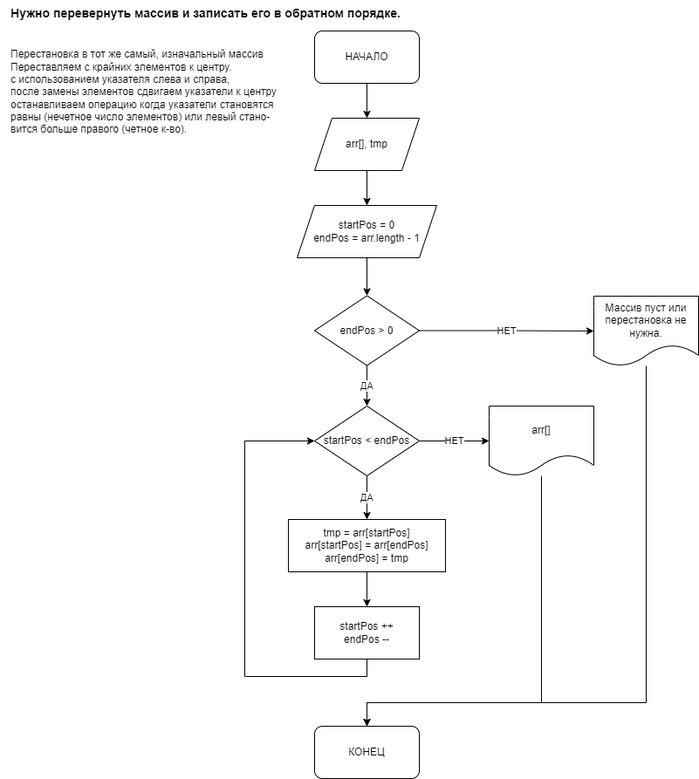
jokerjam-s/GeekBrainst keeps this draw.io diagram as Algorytm/Lesson_02/Task_02/Z2.task2.drawio.png. Above is the earlier version. Source tidied: cells renumbered, new cells last; positions are measured from the earlier drawing's top-left corner, leaving out a move shared by most shapes.
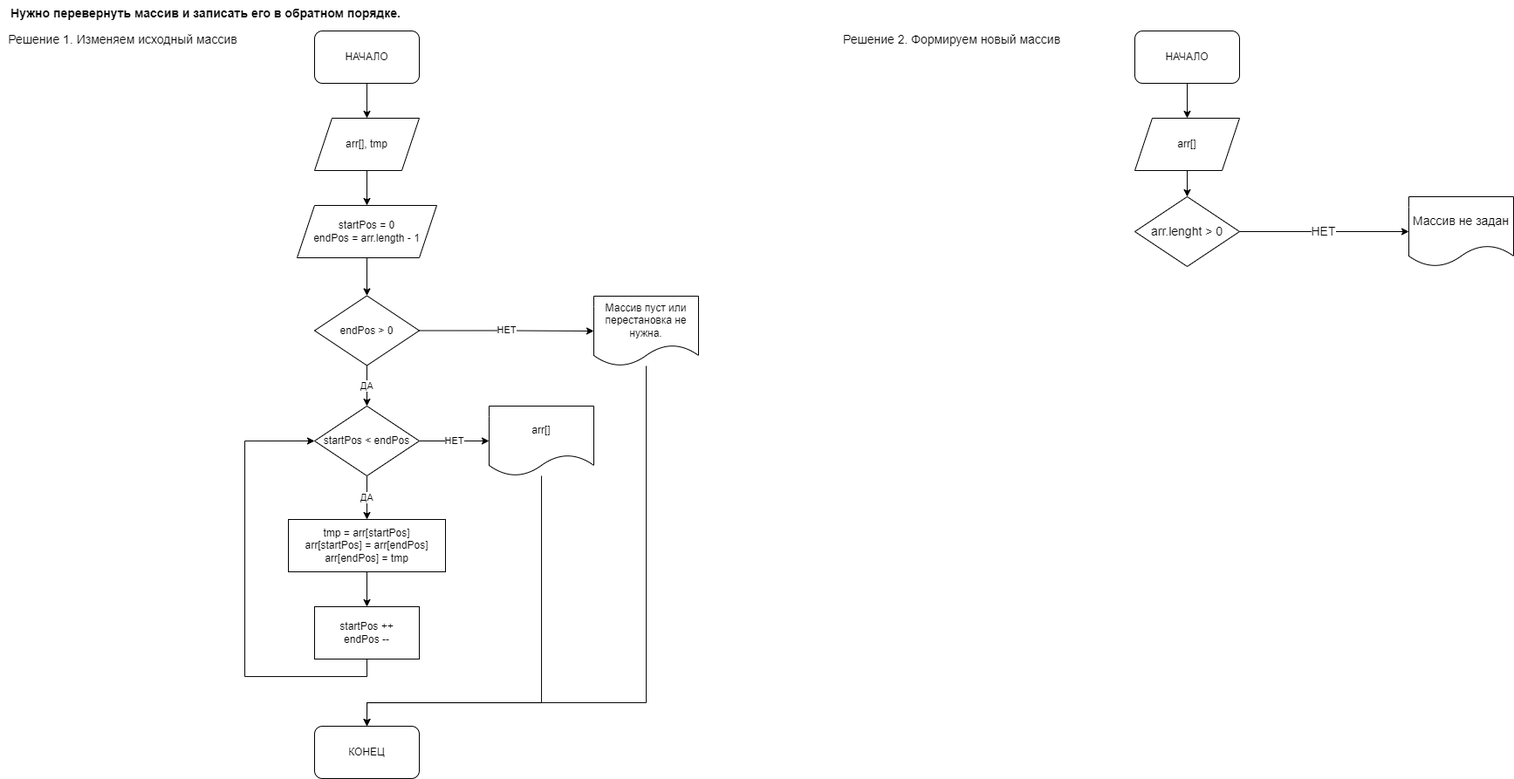
Later version of the same file.

The edit, as a diff of the source:
```diff
@@ -81,11 +81,35 @@
     <mxCell id="22" value="КОНЕЦ" style="rounded=1;whiteSpace=wrap;html=1;" parent="1" vertex="1">
       <mxGeometry x="360" y="832" width="120" height="60" as="geometry" />
     </mxCell>
-    <mxCell id="23" value="Перестановка в тот же самый, изначальный массив&lt;br&gt;Переставляем с крайних элементов к центру.&lt;br&gt;с использованием указателя слева и справа,&lt;br&gt;после замены элементов сдвигаем указатели к центру&lt;br&gt;останавливаем операцию когда указатели становятся&amp;nbsp;&lt;br&gt;равны (нечетное число элементов) или левый стано-&lt;br&gt;вится больше правого (четное к-во)." style="text;html=1;align=left;verticalAlign=middle;fillColor=none;strokeColor=none;rounded=0;" parent="1" vertex="1">
-      <mxGeometry x="10" y="55" width="320" height="100" as="geometry" />
-    </mxCell>
     <mxCell id="24" value="&lt;span style=&quot;background-color: rgb(255, 255, 255); font-size: 14px;&quot;&gt;Нужно перевернуть массив и записать его в обратном порядке.&lt;/span&gt;" style="text;html=1;align=center;verticalAlign=middle;strokeColor=none;fillColor=none;sketch=0;fontStyle=1;spacing=4;fontSize=14;" parent="1" vertex="1">
       <mxGeometry width="470" height="30" as="geometry" />
     </mxCell>
+    <mxCell id="25" value="Решение 1. Изменяем исходный массив" style="text;html=1;align=center;verticalAlign=middle;fillColor=none;strokeColor=none;rounded=0;labelBackgroundColor=#FFFFFF;sketch=0;fontSize=14;fontColor=#000000;" parent="1" vertex="1">
+      <mxGeometry y="35" width="280" height="20" as="geometry" />
+    </mxCell>
+    <mxCell id="26" value="Решение 2. Формируем&amp;nbsp;новый массив" style="text;html=1;align=center;verticalAlign=middle;fillColor=none;strokeColor=none;rounded=0;labelBackgroundColor=#FFFFFF;sketch=0;fontSize=14;fontColor=#000000;" parent="1" vertex="1">
+      <mxGeometry x="960" y="35" width="260" height="20" as="geometry" />
+    </mxCell>
+    <mxCell id="27" style="edgeStyle=orthogonalEdgeStyle;rounded=0;jettySize=auto;html=1;exitX=0.5;exitY=1;exitDx=0;exitDy=0;fontSize=14;fontColor=#000000;" parent="1" edge="1" source="28" target="30">
+      <mxGeometry relative="1" as="geometry" />
+    </mxCell>
+    <mxCell id="28" value="НАЧАЛО" style="rounded=1;whiteSpace=wrap;html=1;" parent="1" vertex="1">
+      <mxGeometry x="1300" y="35" width="120" height="60" as="geometry" />
+    </mxCell>
+    <mxCell id="29" style="edgeStyle=orthogonalEdgeStyle;rounded=0;jettySize=auto;html=1;exitX=0.5;exitY=1;exitDx=0;exitDy=0;entryX=0.5;entryY=0;entryDx=0;entryDy=0;fontSize=14;fontColor=#000000;" parent="1" edge="1" source="30" target="32">
+      <mxGeometry relative="1" as="geometry" />
+    </mxCell>
+    <mxCell id="30" value="arr[]" style="shape=parallelogram;perimeter=parallelogramPerimeter;whiteSpace=wrap;html=1;fixedSize=1;" parent="1" vertex="1">
+      <mxGeometry x="1300" y="135" width="120" height="60" as="geometry" />
+    </mxCell>
+    <mxCell id="31" value="НЕТ" style="edgeStyle=orthogonalEdgeStyle;rounded=0;jettySize=auto;html=1;exitX=1;exitY=0.5;exitDx=0;exitDy=0;entryX=0;entryY=0.5;entryDx=0;entryDy=0;fontSize=14;fontColor=#000000;" parent="1" edge="1" source="32" target="33">
+      <mxGeometry relative="1" as="geometry" />
+    </mxCell>
+    <mxCell id="32" value="arr.lenght &amp;gt; 0" style="rhombus;whiteSpace=wrap;html=1;labelBackgroundColor=#FFFFFF;sketch=0;fontSize=14;fontColor=#000000;" parent="1" vertex="1">
+      <mxGeometry x="1300" y="225" width="120" height="80" as="geometry" />
+    </mxCell>
+    <mxCell id="33" value="Массив не задан" style="shape=document;whiteSpace=wrap;html=1;boundedLbl=1;labelBackgroundColor=#FFFFFF;sketch=0;fontSize=14;fontColor=#000000;" parent="1" vertex="1">
+      <mxGeometry x="1614" y="225" width="120" height="80" as="geometry" />
+    </mxCell>
   </root>
 </mxGraphModel>
```
